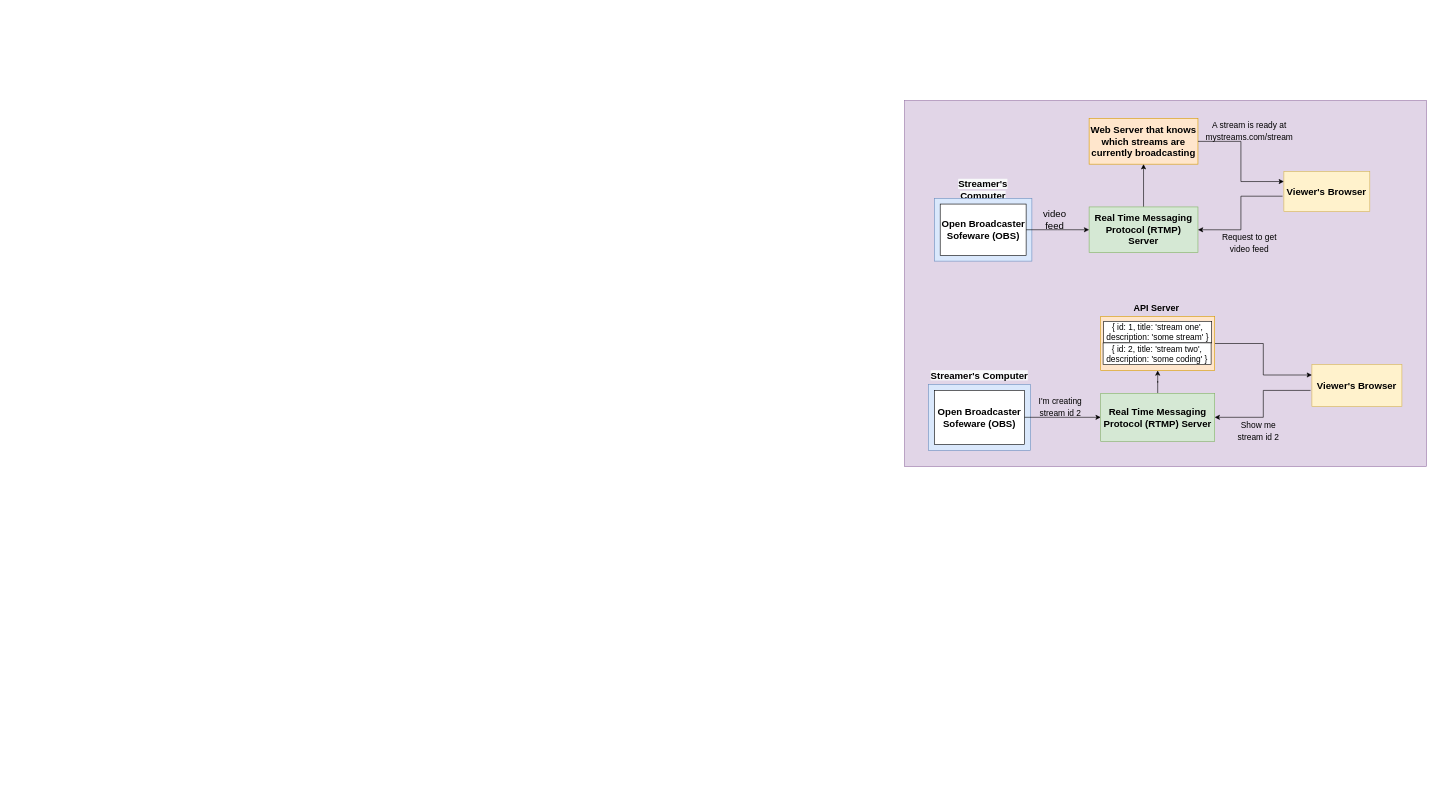
The draw.io diagram ReactProjects/streamApp.drawio in xuh7x/web-dev, before the edit. Source tidied: cells renumbered, new cells numbered last; positions are measured from the earlier drawing's top-left corner, leaving out a move shared by most shapes. Both pictures are drawn from the tidied source at 60%, with x=0, y=0 at pixel (904, 100).
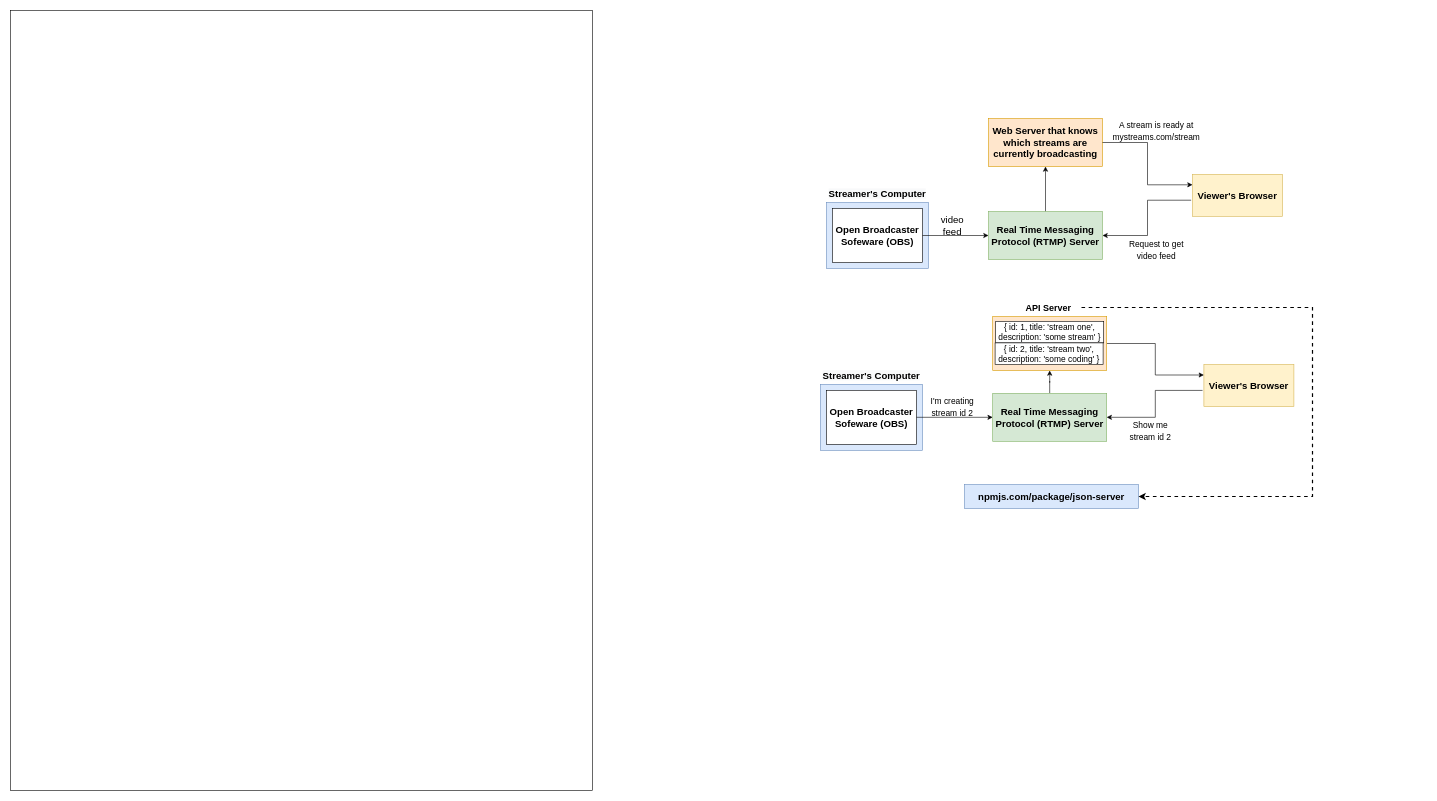
After the change.

Unchanged cells that the change refers to:
```xml
<mxCell id="38" value="&lt;font style=&quot;font-size: 15px&quot;&gt;&lt;b&gt;API Server&lt;/b&gt;&lt;/font&gt;" style="text;html=1;strokeColor=none;fillColor=none;align=center;verticalAlign=middle;whiteSpace=wrap;rounded=0;fontSize=14;" parent="20" vertex="1">
  <mxGeometry x="325" width="110" height="30" as="geometry" />
</mxCell>
```

Diff of the diagram source:
```diff
@@
-    <mxCell id="2" style="group;" parent="1" vertex="1">
-      <mxGeometry x="40" y="30" width="830" height="580" as="geometry" />
-    </mxCell>
+    <mxCell id="39" style="group;" parent="1" vertex="1">
+      <mxGeometry x="-140" y="30" width="770" height="560" as="geometry" />
+    </mxCell>
-    <mxCell id="3" style="group;" parent="2" vertex="1">
-      <mxGeometry x="10" width="820" height="580" as="geometry" />
+    <mxCell id="3" style="group;" parent="39" vertex="1">
+      <mxGeometry x="10" width="760" height="250" as="geometry" />
     </mxCell>
-    <mxCell id="4" style="rounded=0;whiteSpace=wrap;html=1;fontSize=14;align=center;fillColor=#e1d5e7;strokeColor=#9673a6;" parent="3" vertex="1">
-      <mxGeometry x="-50" y="-30" width="870" height="610" as="geometry" />
-    </mxCell>
     <mxCell id="5" value="&lt;b&gt;&lt;font style=&quot;font-size: 16px&quot;&gt;Web Server that knows which streams are currently broadcasting&lt;/font&gt;&lt;/b&gt;" style="rounded=0;whiteSpace=wrap;html=1;fillColor=#ffe6cc;strokeColor=#d79b00;" parent="3" vertex="1">
-      <mxGeometry x="257.7" width="181.4" height="76.1" as="geometry" />
+      <mxGeometry x="270" width="190" height="80" as="geometry" />
     </mxCell>
     <mxCell id="6" value="&lt;b&gt;&lt;font style=&quot;font-size: 16px&quot;&gt;Viewer's Browser&lt;/font&gt;&lt;/b&gt;" style="rounded=0;whiteSpace=wrap;html=1;fillColor=#fff2cc;strokeColor=#d6b656;" parent="3" vertex="1">
-      <mxGeometry x="582.3" y="88.4" width="143.2" height="66.6" as="geometry" />
+      <mxGeometry x="610" y="93" width="150" height="70" as="geometry" />
     </mxCell>
@@
     <mxCell id="9" value="&lt;b&gt;&lt;font style=&quot;font-size: 16px&quot;&gt;Real Time Messaging Protocol (RTMP) Server&lt;/font&gt;&lt;/b&gt;" style="rounded=0;whiteSpace=wrap;html=1;fillColor=#d5e8d4;strokeColor=#82b366;" parent="3" vertex="1">
-      <mxGeometry x="257.7" y="147.4" width="181.4" height="76.1" as="geometry" />
+      <mxGeometry x="270" y="155" width="190" height="80" as="geometry" />
     </mxCell>
@@
     <mxCell id="11" style="group;" parent="3" vertex="1">
-      <mxGeometry y="104.6" width="162.3" height="133.1" as="geometry" />
+      <mxGeometry y="110" width="170" height="140" as="geometry" />
     </mxCell>
     <mxCell id="12" value="&lt;b&gt;&lt;span style=&quot;color: rgb(0 , 0 , 0) ; font-family: &amp;#34;helvetica&amp;#34; ; font-size: 16px ; font-style: normal ; letter-spacing: normal ; text-align: center ; text-indent: 0px ; text-transform: none ; word-spacing: 0px ; background-color: rgb(248 , 249 , 250) ; display: inline ; float: none&quot;&gt;Streamer's Computer&lt;/span&gt;&lt;br&gt;&lt;/b&gt;" style="text;html=1;strokeColor=none;fillColor=none;align=center;verticalAlign=middle;whiteSpace=wrap;rounded=0;fontSize=16;" parent="11" vertex="1">
-      <mxGeometry width="162.3" height="28.5" as="geometry" />
+      <mxGeometry width="170" height="30" as="geometry" />
     </mxCell>
     <mxCell id="13" style="rounded=0;whiteSpace=wrap;html=1;fontSize=16;align=center;fillColor=#dae8fc;strokeColor=#6c8ebf;" parent="11" vertex="1">
-      <mxGeometry y="28.5" width="162.3" height="104.6" as="geometry" />
+      <mxGeometry y="30" width="170" height="110" as="geometry" />
     </mxCell>
     <mxCell id="14" value="&lt;b&gt;Open Broadcaster Sofeware (OBS)&lt;/b&gt;" style="rounded=0;whiteSpace=wrap;html=1;fontSize=16;align=center;" parent="11" vertex="1">
-      <mxGeometry x="9.5" y="38" width="143.2" height="85.6" as="geometry" />
+      <mxGeometry x="10" y="40" width="150" height="90" as="geometry" />
     </mxCell>
@@
     <mxCell id="16" value="video feed" style="text;html=1;strokeColor=none;fillColor=none;align=center;verticalAlign=middle;whiteSpace=wrap;rounded=0;fontSize=16;" parent="3" vertex="1">
-      <mxGeometry x="171.8" y="155" width="57.3" height="28.5" as="geometry" />
+      <mxGeometry x="180" y="163" width="60" height="30" as="geometry" />
     </mxCell>
     <mxCell id="17" value="&lt;font style=&quot;font-size: 14px&quot;&gt;Request to get video feed&lt;/font&gt;" style="text;html=1;strokeColor=none;fillColor=none;align=center;verticalAlign=middle;whiteSpace=wrap;rounded=0;fontSize=16;" parent="3" vertex="1">
-      <mxGeometry x="477.3" y="190.2" width="95.5" height="33.3" as="geometry" />
+      <mxGeometry x="500" y="200" width="100" height="35" as="geometry" />
     </mxCell>
     <mxCell id="18" value="&lt;font style=&quot;font-size: 14px&quot;&gt;A stream is ready at mystreams.com/stream&lt;/font&gt;" style="text;html=1;strokeColor=none;fillColor=none;align=center;verticalAlign=middle;whiteSpace=wrap;rounded=0;fontSize=16;" parent="3" vertex="1">
-      <mxGeometry x="477.3" y="2.9" width="95.5" height="33.3" as="geometry" />
+      <mxGeometry x="500" y="3" width="100" height="35" as="geometry" />
     </mxCell>
-    <mxCell id="19" style="group;" parent="2" vertex="1">
+    <mxCell id="19" style="group;" parent="39" vertex="1">
       <mxGeometry y="280" width="760" height="280" as="geometry" />
     </mxCell>
@@
+    <mxCell id="40" style="rounded=0;whiteSpace=wrap;html=1;fontSize=14;align=center;" parent="1" vertex="1">
+      <mxGeometry x="-1490" y="-150" width="970" height="1300" as="geometry" />
+    </mxCell>
+    <mxCell id="41" value="&lt;font style=&quot;font-size: 16px&quot;&gt;&lt;b&gt;npmjs.com/package/json-server&lt;/b&gt;&lt;/font&gt;" style="rounded=0;whiteSpace=wrap;html=1;fontSize=14;align=center;fillColor=#dae8fc;strokeColor=#6c8ebf;" parent="1" vertex="1">
+      <mxGeometry x="100" y="640" width="290" height="40" as="geometry" />
+    </mxCell>
+    <mxCell id="42" style="edgeStyle=orthogonalEdgeStyle;rounded=0;jettySize=auto;html=1;entryX=1;entryY=0.5;entryDx=0;entryDy=0;fontSize=16;dashed=1;strokeWidth=2;" parent="1" edge="1" source="38" target="41">
+      <mxGeometry relative="1" as="geometry">
+        <Array as="points">
+          <mxPoint x="680" y="345" />
+          <mxPoint x="680" y="660" />
+        </Array>
+      </mxGeometry>
+    </mxCell>
```
